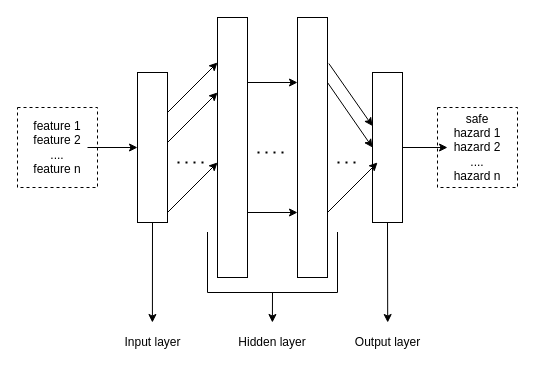
Before: BasicDeep.drawio in bobkatla/Honours_SafeRLWithXAI, a draw.io diagram. Source tidied: cells renumbered, new cells numbered last; positions are measured from the earlier drawing's top-left corner, leaving out a move shared by most shapes. Both pictures are drawn from the tidied source at 100%, with x=0, y=0 at pixel (17, 17).
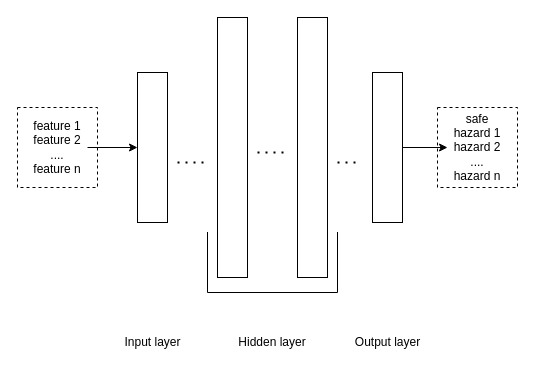
The same page after the edit.

Unchanged cells that the change refers to:
```xml
<mxCell id="6" style="rounded=0;whiteSpace=wrap;html=1;" parent="1" vertex="1">
  <mxGeometry x="200" width="30" height="260" as="geometry" />
</mxCell>
<mxCell id="9" style="rounded=0;whiteSpace=wrap;html=1;" parent="1" vertex="1">
  <mxGeometry x="355" y="55" width="30" height="150" as="geometry" />
</mxCell>
<mxCell id="11" style="rounded=0;whiteSpace=wrap;html=1;" parent="1" vertex="1">
  <mxGeometry x="120" y="55" width="30" height="150" as="geometry" />
</mxCell>
<mxCell id="14" style="rounded=0;whiteSpace=wrap;html=1;" parent="1" vertex="1">
  <mxGeometry x="280" width="30" height="260" as="geometry" />
</mxCell>
<mxCell id="25" style="shape=partialRectangle;whiteSpace=wrap;html=1;bottom=1;right=1;left=1;top=0;fillColor=none;routingCenterX=-0.5;" parent="1" vertex="1">
  <mxGeometry x="190" y="215" width="130" height="60" as="geometry" />
</mxCell>
```

Diff of the diagram source:
```diff
@@
-    <mxCell id="4" style="edgeStyle=orthogonalEdgeStyle;rounded=0;jettySize=auto;html=1;exitX=1;exitY=0.25;exitDx=0;exitDy=0;entryX=0;entryY=0.25;entryDx=0;entryDy=0;" parent="1" edge="1" source="6" target="14">
-      <mxGeometry relative="1" as="geometry" />
-    </mxCell>
-    <mxCell id="5" style="edgeStyle=orthogonalEdgeStyle;rounded=0;jettySize=auto;html=1;exitX=1;exitY=0.75;exitDx=0;exitDy=0;entryX=0;entryY=0.75;entryDx=0;entryDy=0;" parent="1" edge="1" source="6" target="14">
-      <mxGeometry relative="1" as="geometry" />
-    </mxCell>
@@
-    <mxCell id="8" style="edgeStyle=none;rounded=0;jettySize=auto;html=1;exitX=0.5;exitY=1;exitDx=0;exitDy=0;" parent="1" edge="1" source="9">
-      <mxGeometry relative="1" as="geometry">
-        <mxPoint x="370.2" y="305" as="targetPoint" />
-      </mxGeometry>
-    </mxCell>
@@
-    <mxCell id="10" style="edgeStyle=none;rounded=0;jettySize=auto;html=1;exitX=0.5;exitY=1;exitDx=0;exitDy=0;" parent="1" edge="1" source="11">
-      <mxGeometry relative="1" as="geometry">
-        <mxPoint x="134.9" y="305" as="targetPoint" />
-      </mxGeometry>
-    </mxCell>
@@
-    <mxCell id="12" style="rounded=0;jettySize=auto;html=1;exitX=1.045;exitY=0.177;exitDx=0;exitDy=0;exitPerimeter=0;" parent="1" edge="1" source="14" target="9">
-      <mxGeometry relative="1" as="geometry" />
-    </mxCell>
-    <mxCell id="13" style="edgeStyle=none;rounded=0;jettySize=auto;html=1;exitX=1;exitY=0.25;exitDx=0;exitDy=0;entryX=0;entryY=0.5;entryDx=0;entryDy=0;" parent="1" edge="1" source="14" target="9">
-      <mxGeometry relative="1" as="geometry" />
-    </mxCell>
@@
-    <mxCell id="15" style="endArrow=classic;html=1;" parent="1" edge="1">
-      <mxGeometry relative="1" as="geometry">
-        <mxPoint x="150" y="95" as="sourcePoint" />
-        <mxPoint x="200" y="45" as="targetPoint" />
-      </mxGeometry>
-    </mxCell>
-    <mxCell id="16" style="endArrow=classic;html=1;" parent="1" edge="1">
-      <mxGeometry relative="1" as="geometry">
-        <mxPoint x="150" y="125" as="sourcePoint" />
-        <mxPoint x="200" y="75" as="targetPoint" />
-      </mxGeometry>
-    </mxCell>
-    <mxCell id="17" style="endArrow=classic;html=1;" parent="1" edge="1">
-      <mxGeometry relative="1" as="geometry">
-        <mxPoint x="150" y="195" as="sourcePoint" />
-        <mxPoint x="200" y="145" as="targetPoint" />
-      </mxGeometry>
-    </mxCell>
@@
-    <mxCell id="20" style="endArrow=classic;html=1;" parent="1" edge="1">
-      <mxGeometry relative="1" as="geometry">
-        <mxPoint x="310" y="195" as="sourcePoint" />
-        <mxPoint x="360" y="145" as="targetPoint" />
-      </mxGeometry>
-    </mxCell>
@@
-    <mxCell id="24" style="edgeStyle=none;rounded=0;jettySize=auto;html=1;exitX=0.5;exitY=1;exitDx=0;exitDy=0;" parent="1" edge="1" source="25">
-      <mxGeometry relative="1" as="geometry">
-        <mxPoint x="254.9" y="305" as="targetPoint" />
-      </mxGeometry>
-    </mxCell>
```
